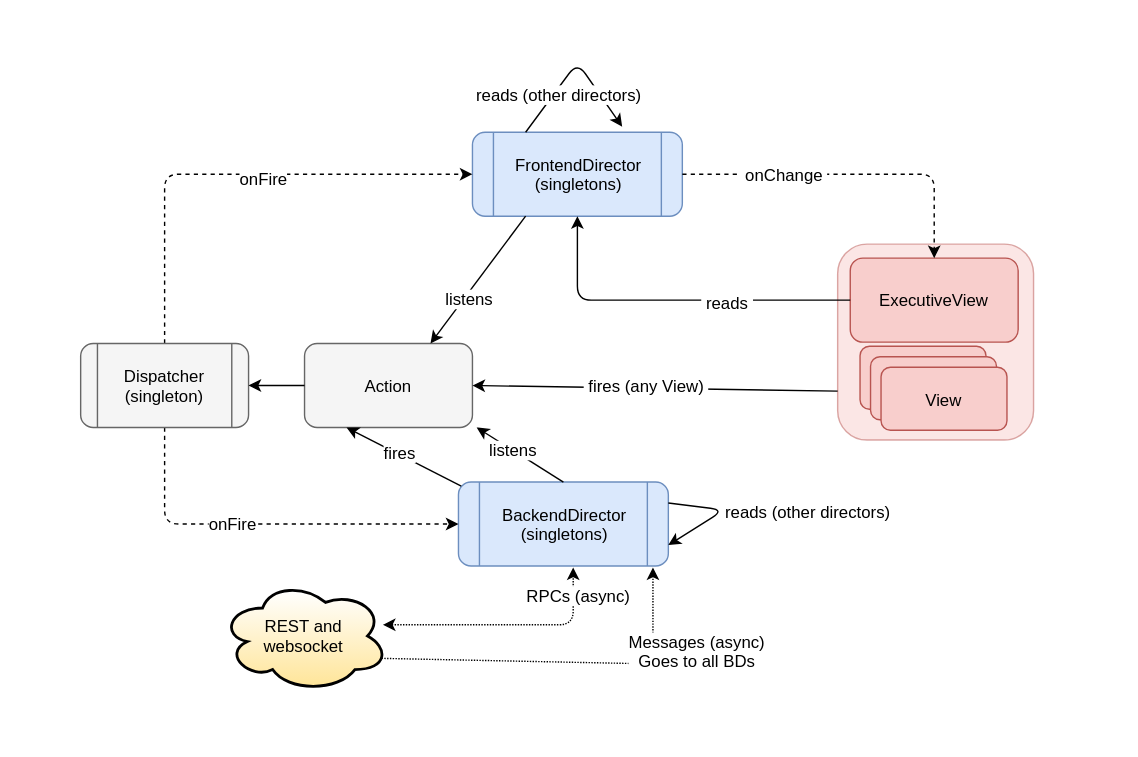
sceutre/flux-ux keeps this draw.io diagram as docs/diagram.svg. Above is the earlier version. Source tidied: cells renumbered, new cells last; positions are measured from the earlier drawing's top-left corner, leaving out a move shared by most shapes.
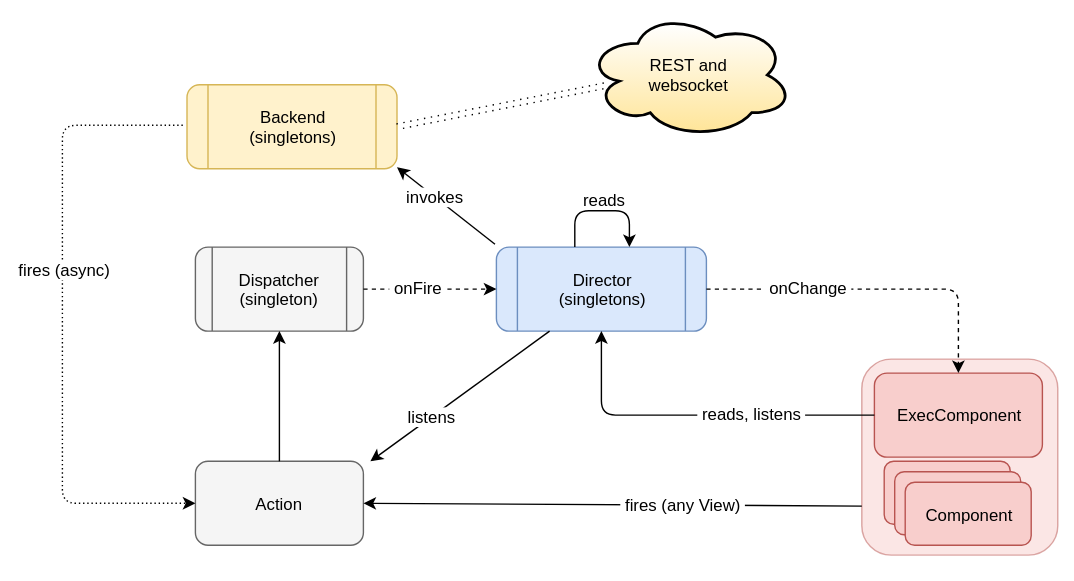
Later version of the same file.

Change to the diagram source:
```diff
@@ -2,17 +2,17 @@
   <root>
     <mxCell id="0" />
     <mxCell id="1" parent="0" />
-    <mxCell id="2" style="rounded=0;whiteSpace=wrap;html=1;glass=0;strokeColor=none;strokeWidth=1;fillColor=none;gradientColor=#FFE599;" parent="1" vertex="1">
-      <mxGeometry width="812" height="540" as="geometry" />
-    </mxCell>
+    <mxCell id="39" style="rounded=0;whiteSpace=wrap;html=1;glass=0;strokeColor=none;strokeWidth=5;fillColor=none;gradientColor=#d5739d;shadow=0;comic=0;perimeterSpacing=1;" parent="1" vertex="1">
+      <mxGeometry x="27" y="99" width="762" height="410" as="geometry" />
+    </mxCell>
     <mxCell id="3" style="rounded=1;whiteSpace=wrap;html=1;fillColor=#f8cecc;strokeColor=#b85450;opacity=50;" parent="1" vertex="1">
-      <mxGeometry x="598" y="174" width="140" height="140" as="geometry" />
+      <mxGeometry x="640" y="353" width="140" height="140" as="geometry" />
     </mxCell>
-    <mxCell id="4" value="ExecutiveView" style="rounded=1;whiteSpace=wrap;html=1;fillColor=#f8cecc;strokeColor=#b85450;" parent="1" vertex="1">
-      <mxGeometry x="607" y="184" width="120" height="60" as="geometry" />
+    <mxCell id="4" value="ExecComponent" style="rounded=1;whiteSpace=wrap;html=1;fillColor=#f8cecc;strokeColor=#b85450;" parent="1" vertex="1">
+      <mxGeometry x="649" y="363" width="120" height="60" as="geometry" />
     </mxCell>
     <mxCell id="5" style="group;" parent="1" vertex="1">
-      <mxGeometry x="599" y="232" width="140" height="90" as="geometry" />
+      <mxGeometry x="641" y="411" width="140" height="90" as="geometry" />
     </mxCell>
     <mxCell id="6" value="View" style="rounded=1;whiteSpace=wrap;html=1;fillColor=#f8cecc;strokeColor=#b85450;" parent="5" vertex="1">
       <mxGeometry x="15" y="15" width="90" height="45" as="geometry" />
@@ -20,140 +20,110 @@
     <mxCell id="7" value="View" style="rounded=1;whiteSpace=wrap;html=1;fillColor=#f8cecc;strokeColor=#b85450;" parent="5" vertex="1">
       <mxGeometry x="22.5" y="22.5" width="90" height="45" as="geometry" />
     </mxCell>
-    <mxCell id="8" value="View" style="rounded=1;whiteSpace=wrap;html=1;fillColor=#f8cecc;strokeColor=#b85450;" parent="5" vertex="1">
+    <mxCell id="8" value="Component" style="rounded=1;whiteSpace=wrap;html=1;fillColor=#f8cecc;strokeColor=#b85450;" parent="5" vertex="1">
       <mxGeometry x="30" y="30" width="90" height="45" as="geometry" />
     </mxCell>
-    <mxCell id="9" value="FrontendDirector&lt;div&gt;(singletons)&lt;/div&gt;" style="shape=process;whiteSpace=wrap;html=1;rounded=1;fillColor=#dae8fc;strokeColor=#6c8ebf;" parent="1" vertex="1">
-      <mxGeometry x="337" y="94" width="150" height="60" as="geometry" />
+    <mxCell id="9" value="Director&lt;div&gt;(singletons)&lt;/div&gt;" style="shape=process;whiteSpace=wrap;html=1;rounded=1;fillColor=#dae8fc;strokeColor=#6c8ebf;" parent="1" vertex="1">
+      <mxGeometry x="379" y="273" width="150" height="60" as="geometry" />
     </mxCell>
     <mxCell id="10" style="endArrow=classic;html=1;exitX=1;exitY=0.5;entryX=0.5;entryY=0;dashed=1;" parent="1" edge="1" source="9" target="4">
       <mxGeometry relative="1" as="geometry">
         <Array as="points">
-          <mxPoint x="667" y="124" />
+          <mxPoint x="709" y="303" />
         </Array>
       </mxGeometry>
     </mxCell>
     <mxCell id="11" value="&amp;nbsp;onChange&amp;nbsp;" style="text;html=1;align=center;verticalAlign=middle;labelBackgroundColor=#ffffff;" parent="10" vertex="1">
-      <mxGeometry x="-0.4" y="1" relative="1" as="geometry" />
+      <mxGeometry x="-0.4" y="1" relative="1" as="geometry">
+        <mxPoint y="-1" as="offset" />
+      </mxGeometry>
     </mxCell>
     <mxCell id="12" style="endArrow=classic;html=1;exitX=0;exitY=0.5;entryX=0.5;entryY=1;" parent="1" edge="1" source="4" target="9">
       <mxGeometry relative="1" as="geometry">
         <Array as="points">
-          <mxPoint x="412" y="214" />
+          <mxPoint x="454" y="393" />
         </Array>
       </mxGeometry>
     </mxCell>
-    <mxCell id="13" value="&amp;nbsp;reads&amp;nbsp;" style="text;html=1;align=center;verticalAlign=middle;labelBackgroundColor=#ffffff;" parent="12" vertex="1">
-      <mxGeometry x="-0.31" y="1" relative="1" as="geometry" />
+    <mxCell id="13" value="&amp;nbsp;reads, listens&amp;nbsp;" style="text;html=1;align=center;verticalAlign=middle;labelBackgroundColor=#ffffff;" parent="12" vertex="1">
+      <mxGeometry x="-0.31" y="1" relative="1" as="geometry">
+        <mxPoint y="-3" as="offset" />
+      </mxGeometry>
     </mxCell>
-    <mxCell id="14" value="BackendDirector&lt;div&gt;(singletons)&lt;/div&gt;" style="shape=process;whiteSpace=wrap;html=1;rounded=1;strokeColor=#6c8ebf;fillColor=#dae8fc;glass=0;" parent="1" vertex="1">
-      <mxGeometry x="327" y="344" width="150" height="60" as="geometry" />
+    <mxCell id="14" value="Backend&lt;div&gt;(singletons)&lt;/div&gt;" style="shape=process;whiteSpace=wrap;html=1;rounded=1;strokeColor=#d6b656;fillColor=#fff2cc;glass=0;" parent="1" vertex="1">
+      <mxGeometry x="158" y="157" width="150" height="60" as="geometry" />
     </mxCell>
     <mxCell id="15" value="Action" style="rounded=1;whiteSpace=wrap;html=1;strokeColor=#666666;fillColor=#f5f5f5;" parent="1" vertex="1">
-      <mxGeometry x="217" y="245" width="120" height="60" as="geometry" />
+      <mxGeometry x="164" y="426" width="120" height="60" as="geometry" />
     </mxCell>
     <mxCell id="16" style="endArrow=classic;html=1;exitX=0;exitY=0.75;entryX=1;entryY=0.5;" parent="1" edge="1" source="3" target="15">
       <mxGeometry relative="1" as="geometry" />
     </mxCell>
     <mxCell id="17" value="&amp;nbsp;fires (any View)&amp;nbsp;" style="text;html=1;align=center;verticalAlign=middle;labelBackgroundColor=#ffffff;" parent="16" vertex="1">
-      <mxGeometry x="0.05" y="-2" relative="1" as="geometry" />
+      <mxGeometry x="0.05" y="-2" relative="1" as="geometry">
+        <mxPoint x="59" y="2" as="offset" />
+      </mxGeometry>
     </mxCell>
-    <mxCell id="18" style="endArrow=classic;html=1;exitX=0.5;exitY=0;entryX=1.025;entryY=1;entryPerimeter=0;" parent="1" edge="1" source="14" target="15">
-      <mxGeometry relative="1" as="geometry" />
-    </mxCell>
-    <mxCell id="19" value="&amp;nbsp;listens&amp;nbsp;" style="text;html=1;align=center;verticalAlign=middle;labelBackgroundColor=#ffffff;" parent="18" vertex="1">
-      <mxGeometry x="0.18" y="-1" relative="1" as="geometry" />
-    </mxCell>
     <mxCell id="20" value="REST and&lt;div&gt;websocket&lt;/div&gt;" style="ellipse;shape=cloud;whiteSpace=wrap;html=1;rounded=1;strokeColor=#000000;fillColor=#ffffff;gradientColor=#FFE599;strokeWidth=2;" parent="1" vertex="1">
-      <mxGeometry x="157" y="414" width="120" height="80" as="geometry" />
+      <mxGeometry x="443" y="105" width="148" height="90" as="geometry" />
     </mxCell>
-    <mxCell id="21" style="endArrow=classic;html=1;exitX=0.25;exitY=1;entryX=0.75;entryY=0;" parent="1" edge="1" source="9" target="15">
-      <mxGeometry relative="1" as="geometry" />
+    <mxCell id="21" style="endArrow=classic;html=1;exitX=0.25;exitY=1;" parent="1" edge="1" source="9">
+      <mxGeometry relative="1" as="geometry">
+        <mxPoint x="289" y="426" as="targetPoint" />
+      </mxGeometry>
     </mxCell>
     <mxCell id="22" value="listens" style="text;html=1;align=center;verticalAlign=middle;labelBackgroundColor=#ffffff;" parent="21" vertex="1">
-      <mxGeometry x="0.25" y="3" relative="1" as="geometry" />
+      <mxGeometry x="0.25" y="3" relative="1" as="geometry">
+        <mxPoint x="-6" as="offset" />
+      </mxGeometry>
     </mxCell>
-    <mxCell id="23" style="endArrow=classic;html=1;dashed=1;exitX=0.5;exitY=1;entryX=0;entryY=0.5;" parent="1" edge="1" source="33" target="14">
-      <mxGeometry relative="1" as="geometry">
-        <Array as="points">
-          <mxPoint x="117" y="374" />
-          <mxPoint x="277" y="374" />
-        </Array>
-      </mxGeometry>
-    </mxCell>
-    <mxCell id="24" value="onFire" style="text;html=1;align=center;verticalAlign=middle;labelBackgroundColor=#ffffff;" parent="23" vertex="1">
-      <mxGeometry x="-0.16" y="1" relative="1" as="geometry" />
-    </mxCell>
-    <mxCell id="25" style="endArrow=classic;html=1;dashed=1;entryX=0;entryY=0.5;exitX=0.5;exitY=0;" parent="1" edge="1" source="33" target="9">
-      <mxGeometry relative="1" as="geometry">
-        <Array as="points">
-          <mxPoint x="117" y="124" />
-          <mxPoint x="277" y="124" />
-        </Array>
-      </mxGeometry>
-    </mxCell>
-    <mxCell id="26" value="onFire" style="text;html=1;align=center;verticalAlign=middle;labelBackgroundColor=#ffffff;" parent="25" vertex="1">
-      <mxGeometry x="0.12" y="-2" relative="1" as="geometry" />
-    </mxCell>
-    <mxCell id="27" style="endArrow=classic;startArrow=classic;html=1;dashed=1;exitX=0.967;exitY=0.4;exitPerimeter=0;entryX=0.547;entryY=1.017;entryPerimeter=0;dashPattern=1 1;" parent="1" edge="1" source="20" target="14">
-      <mxGeometry relative="1" as="geometry">
-        <Array as="points">
-          <mxPoint x="409" y="446" />
-        </Array>
-      </mxGeometry>
-    </mxCell>
-    <mxCell id="28" value="RPCs (async)" style="text;html=1;align=center;verticalAlign=middle;labelBackgroundColor=#ffffff;" parent="27" vertex="1">
-      <mxGeometry x="0.38" y="15" relative="1" as="geometry">
-        <mxPoint x="17" y="-7" as="offset" />
-      </mxGeometry>
-    </mxCell>
-    <mxCell id="29" style="endArrow=classic;html=1;dashed=1;dashPattern=1 1;entryX=0.927;entryY=1.017;entryPerimeter=0;exitX=0.96;exitY=0.7;exitPerimeter=0;" parent="1" edge="1" source="20" target="14">
-      <mxGeometry relative="1" as="geometry">
-        <Array as="points">
-          <mxPoint x="466" y="474" />
-        </Array>
-      </mxGeometry>
-    </mxCell>
-    <mxCell id="30" value="Messages (async)&lt;div&gt;Goes to all BDs&lt;/div&gt;" style="text;html=1;align=center;verticalAlign=middle;labelBackgroundColor=#ffffff;" parent="29" vertex="1">
-      <mxGeometry x="0.51" y="21" relative="1" as="geometry">
-        <mxPoint x="52" y="-5" as="offset" />
-      </mxGeometry>
-    </mxCell>
-    <mxCell id="31" style="endArrow=classic;html=1;exitX=0.25;exitY=0;entryX=0.713;entryY=-0.067;entryPerimeter=0;" parent="1" edge="1" source="9" target="9">
-      <mxGeometry relative="1" as="geometry">
-        <Array as="points">
-          <mxPoint x="412" y="44" />
-        </Array>
-      </mxGeometry>
-    </mxCell>
-    <mxCell id="32" value="reads (other directors)" style="text;html=1;align=center;verticalAlign=middle;labelBackgroundColor=#ffffff;" parent="31" vertex="1">
-      <mxGeometry x="-0.39" y="-3" relative="1" as="geometry" />
-    </mxCell>
     <mxCell id="33" value="Dispatcher&lt;div&gt;(singleton)&lt;/div&gt;" style="shape=process;whiteSpace=wrap;html=1;rounded=1;glass=0;strokeColor=#666666;fillColor=#f5f5f5;" parent="1" vertex="1">
-      <mxGeometry x="57" y="245" width="120" height="60" as="geometry" />
+      <mxGeometry x="164" y="273" width="120" height="60" as="geometry" />
     </mxCell>
-    <mxCell id="34" style="endArrow=classic;html=1;exitX=0;exitY=0.5;entryX=1;entryY=0.5;" parent="1" edge="1" source="15" target="33">
+    <mxCell id="34" style="endArrow=classic;html=1;exitX=0.5;exitY=0;entryX=0.5;entryY=1;" parent="1" edge="1" source="15" target="33">
       <mxGeometry relative="1" as="geometry" />
     </mxCell>
-    <mxCell id="35" style="endArrow=classic;html=1;exitX=1;exitY=0.25;entryX=1;entryY=0.75;elbow=vertical;" parent="1" edge="1" source="14" target="14">
-      <mxGeometry relative="1" as="geometry">
-        <Array as="points">
-          <mxPoint x="517" y="364" />
-        </Array>
-      </mxGeometry>
-    </mxCell>
-    <mxCell id="36" value="reads (other directors)" style="text;html=1;align=center;verticalAlign=middle;labelBackgroundColor=#ffffff;" parent="35" vertex="1">
-      <mxGeometry x="-0.24" y="-9" relative="1" as="geometry">
-        <mxPoint x="68" y="-8" as="offset" />
-      </mxGeometry>
-    </mxCell>
-    <mxCell id="37" style="endArrow=classic;html=1;exitX=0.013;exitY=0.05;exitPerimeter=0;entryX=0.25;entryY=1;" parent="1" edge="1" source="14" target="15">
-      <mxGeometry relative="1" as="geometry" />
-    </mxCell>
-    <mxCell id="38" value="fires" style="text;html=1;align=center;verticalAlign=middle;labelBackgroundColor=#ffffff;" parent="37" vertex="1">
-      <mxGeometry x="0.24" y="5" relative="1" as="geometry">
-        <mxPoint x="9" y="-3" as="offset" />
-      </mxGeometry>
-    </mxCell>
+    <mxCell id="40" style="endArrow=classic;html=1;entryX=1;entryY=0.983;entryPerimeter=0;" parent="1" edge="1" target="14">
+      <mxGeometry relative="1" as="geometry">
+        <mxPoint x="378" y="271" as="sourcePoint" />
+      </mxGeometry>
+    </mxCell>
+    <mxCell id="41" value="invokes" style="text;html=1;align=center;verticalAlign=middle;labelBackgroundColor=#ffffff;" parent="40" vertex="1">
+      <mxGeometry x="0.25" y="-1" relative="1" as="geometry" />
+    </mxCell>
+    <mxCell id="42" style="edgeStyle=elbowEdgeStyle;elbow=horizontal;endArrow=classic;html=1;entryX=0;entryY=0.5;dashed=1;dashPattern=1 2;" parent="1" edge="1" target="15">
+      <mxGeometry relative="1" as="geometry">
+        <mxPoint x="155" y="186" as="sourcePoint" />
+        <Array as="points">
+          <mxPoint x="69" y="317" />
+        </Array>
+      </mxGeometry>
+    </mxCell>
+    <mxCell id="43" value="fires (async)" style="text;html=1;align=center;verticalAlign=middle;labelBackgroundColor=#ffffff;" parent="42" vertex="1">
+      <mxGeometry x="-0.17" y="1" relative="1" as="geometry" />
+    </mxCell>
+    <mxCell id="25" style="endArrow=classic;html=1;dashed=1;entryX=0;entryY=0.5;exitX=1;exitY=0.5;" parent="1" edge="1" source="33" target="9">
+      <mxGeometry relative="1" as="geometry" />
+    </mxCell>
+    <mxCell id="44" value="&amp;nbsp;onFire&amp;nbsp;" style="text;html=1;align=center;verticalAlign=middle;labelBackgroundColor=#ffffff;" parent="25" vertex="1">
+      <mxGeometry x="-0.41" y="1" relative="1" as="geometry">
+        <mxPoint x="11" y="-1" as="offset" />
+      </mxGeometry>
+    </mxCell>
+    <mxCell id="45" style="edgeStyle=elbowEdgeStyle;elbow=vertical;endArrow=classic;html=1;" parent="1" edge="1">
+      <mxGeometry relative="1" as="geometry">
+        <mxPoint x="435" y="273" as="sourcePoint" />
+        <mxPoint x="474" y="273" as="targetPoint" />
+        <Array as="points">
+          <mxPoint x="435" y="247" />
+        </Array>
+      </mxGeometry>
+    </mxCell>
+    <mxCell id="46" style="endArrow=classic;startArrow=classic;html=1;entryX=0.115;entryY=0.578;entryPerimeter=0;dashed=1;dashPattern=1 4;sourcePerimeterSpacing=3;targetPerimeterSpacing=4;strokeWidth=1;rounded=1;shadow=0;shape=link;exitX=1;exitY=0.5;" parent="1" edge="1" source="14" target="20">
+      <mxGeometry relative="1" as="geometry" />
+    </mxCell>
+    <mxCell id="47" value="reads&amp;nbsp;" style="text;html=1;strokeColor=none;fillColor=none;align=center;verticalAlign=middle;whiteSpace=wrap;rounded=0;shadow=0;glass=0;comic=0;" parent="1" vertex="1">
+      <mxGeometry x="438" y="229" width="40" height="20" as="geometry" />
+    </mxCell>
   </root>
 </mxGraphModel>
```
